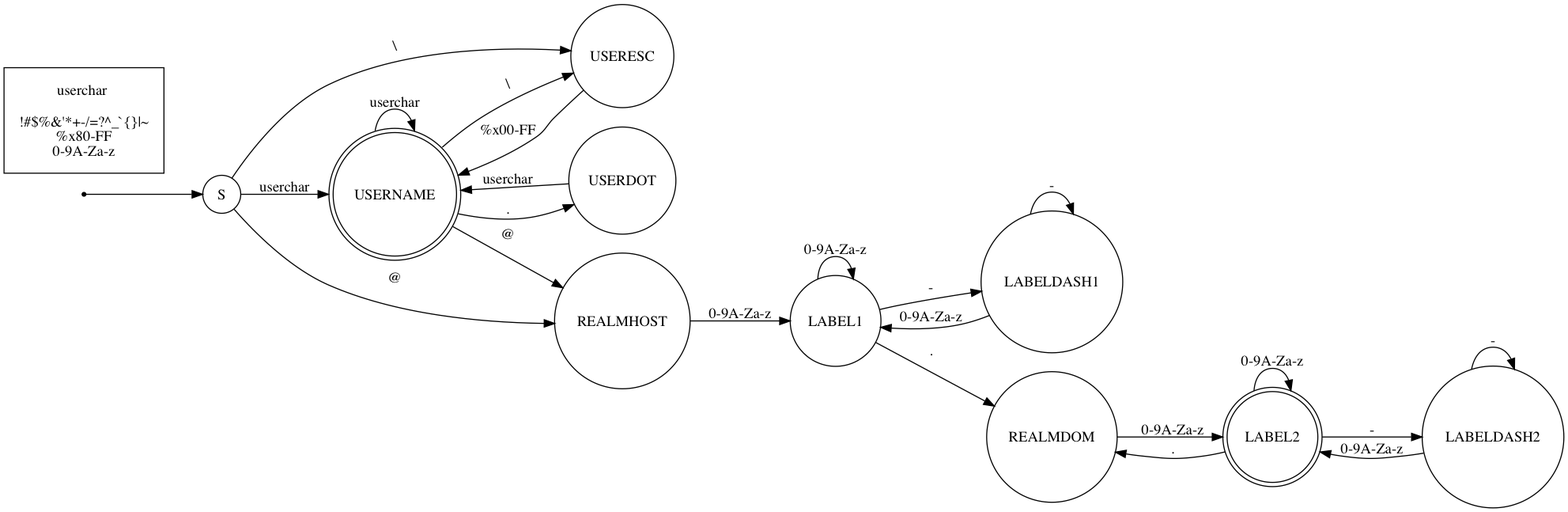
Above: doc/design/naifsm.png in arpa2/libarpa2service (Graphviz), before the change. Its source is kept beside it as doc/design/naifsm.gv.
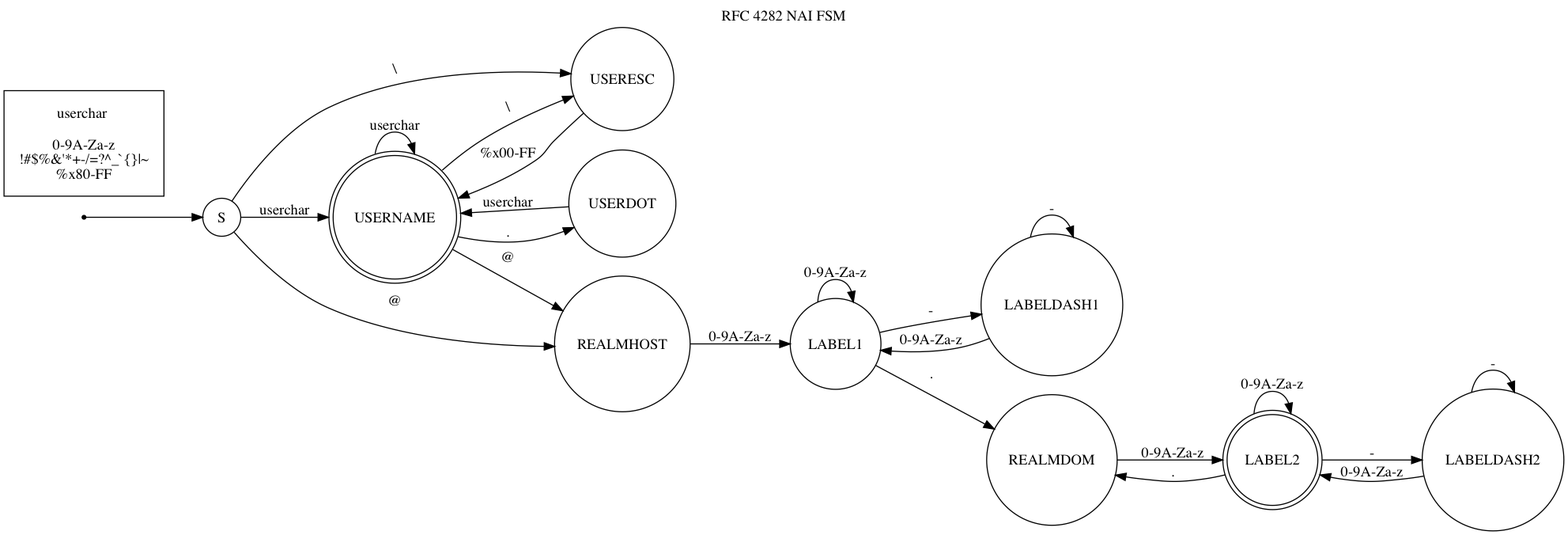
The same file after the commit.

Commit message:
add titles and streamline userchar ordering

What changed in the source:
```diff
@@ -36,5 +36,8 @@
 		USERNAME	-> REALMHOST [ label = "@" ];
 
 	node[ shape=box, margin="0.2,0.2" ];
-		userchar[ label = "userchar \n\n!#$%&'*+-/=?^_`{}|~\n%x80-FF\n0-9A-Za-z" ];
+		userchar[ label = "userchar \n\n0-9A-Za-z\n!#$%&'*+-/=?^_`{}|~\n%x80-FF" ];
+
+	labelloc="t";
+	label="RFC 4282 NAI FSM";
 }
```
